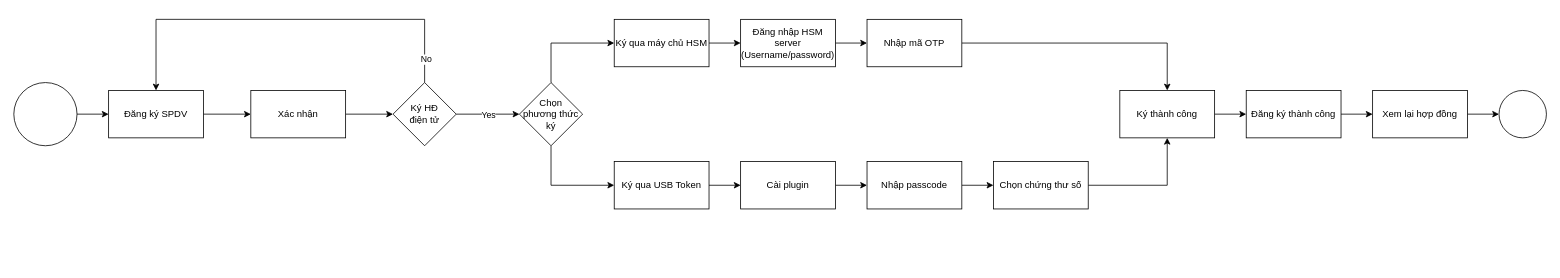
Above: page "E-Contract user flow" (6 of 6) of Untitled Diagram.drawio in samhp-cloud/star (draw.io), before the change. Source tidied: cells renumbered, new cells numbered last; positions are measured from the earlier drawing's top-left corner, leaving out a move shared by most shapes. Both pictures are drawn from the tidied source at 79%, with x=0, y=0 at pixel (13, 19).
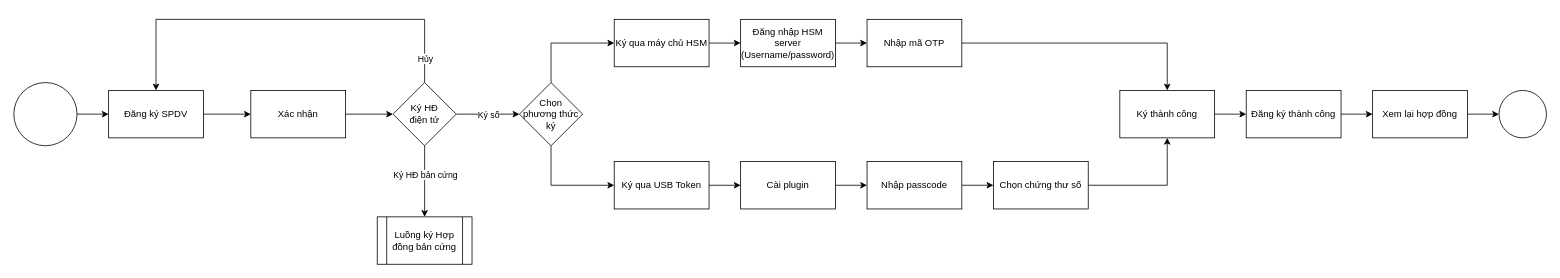
Above is the later version.

The change refers to these unchanged cells:
```xml
<mxCell id="8" style="edgeStyle=orthogonalEdgeStyle;rounded=0;jettySize=auto;html=1;" parent="1" edge="1" source="12" target="15">
  <mxGeometry relative="1" as="geometry" />
</mxCell>
<mxCell id="10" style="edgeStyle=orthogonalEdgeStyle;rounded=0;jettySize=auto;html=1;exitX=0.5;exitY=0;exitDx=0;exitDy=0;entryX=0.5;entryY=0;entryDx=0;entryDy=0;" parent="1" edge="1" source="12" target="5">
  <mxGeometry relative="1" as="geometry">
    <Array as="points">
      <mxPoint x="520" />
      <mxPoint x="180" />
    </Array>
  </mxGeometry>
</mxCell>
<mxCell id="12" value="Ký HĐ&lt;br&gt;điện tử" style="rhombus;whiteSpace=wrap;html=1;" parent="1" vertex="1">
  <mxGeometry x="480" y="80" width="80" height="80" as="geometry" />
</mxCell>
```

Diff of the diagram source:
```diff
@@
-    <mxCell id="9" value="Yes" style="edgeLabel;html=1;align=center;verticalAlign=middle;" parent="8" vertex="1">
-      <mxGeometry x="-0.25" relative="1" as="geometry">
-        <mxPoint x="10" as="offset" />
-      </mxGeometry>
-    </mxCell>
+    <mxCell id="37" value="Ký số" style="edgeLabel;html=1;align=center;verticalAlign=middle;" parent="8" vertex="1">
+      <mxGeometry x="-0.13" y="2" relative="1" as="geometry">
+        <mxPoint x="5" y="2" as="offset" />
+      </mxGeometry>
+    </mxCell>
@@
-    <mxCell id="11" value="No" style="edgeLabel;html=1;align=center;verticalAlign=middle;" parent="10" vertex="1">
-      <mxGeometry x="-0.21" y="4" relative="1" as="geometry">
-        <mxPoint x="122" y="46" as="offset" />
-      </mxGeometry>
-    </mxCell>
+    <mxCell id="38" value="Hủy" style="edgeLabel;html=1;align=center;verticalAlign=middle;" parent="10" vertex="1">
+      <mxGeometry x="-0.89" y="-1" relative="1" as="geometry">
+        <mxPoint x="-1" y="-3" as="offset" />
+      </mxGeometry>
+    </mxCell>
+    <mxCell id="39" style="edgeStyle=orthogonalEdgeStyle;rounded=0;jettySize=auto;html=1;" parent="1" edge="1" source="12" target="41">
+      <mxGeometry relative="1" as="geometry" />
+    </mxCell>
+    <mxCell id="40" value="Ký HĐ bản cứng" style="edgeLabel;html=1;align=center;verticalAlign=middle;" parent="39" vertex="1">
+      <mxGeometry x="-0.21" relative="1" as="geometry" />
+    </mxCell>
@@
+    <mxCell id="41" value="Luồng ký Hợp đồng bản cứng" style="shape=process;whiteSpace=wrap;html=1;backgroundOutline=1;" parent="1" vertex="1">
+      <mxGeometry x="460" y="250" width="120" height="60" as="geometry" />
+    </mxCell>
```
